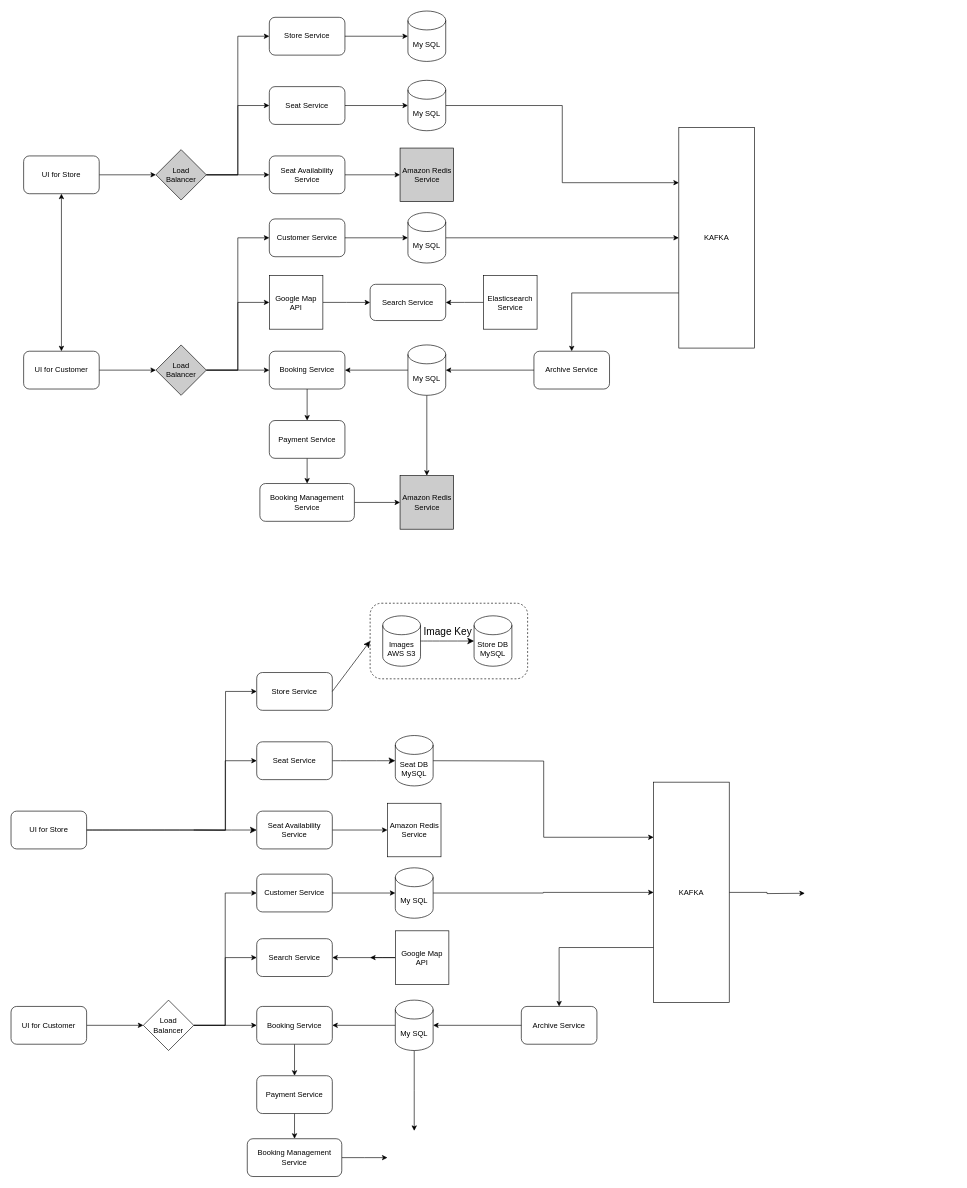
dodooodo/feplace keeps this draw.io diagram as Untitled Diagram.drawio. Above is the earlier version. Source tidied: cells renumbered, new cells numbered last; positions are measured from the earlier drawing's top-left corner, leaving out a move shared by most shapes. Both pictures are drawn from the tidied source at 63%, with x=0, y=0 at pixel (11, 11).
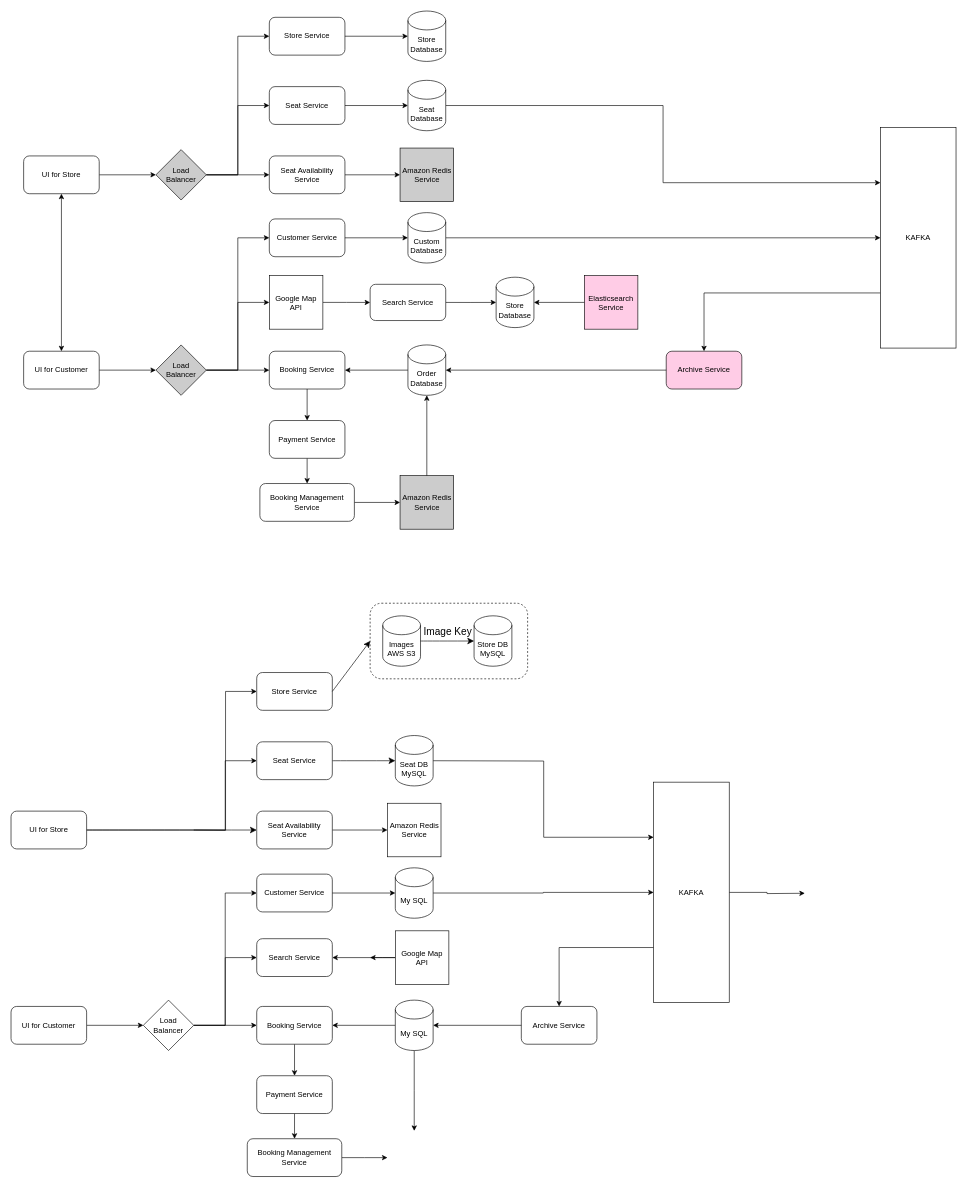
After the change.

Unchanged cells that the change refers to:
```xml
<mxCell id="33" value="Amazon Redis Service" style="rounded=0;whiteSpace=wrap;html=1;fillColor=#CCCCCC;" parent="1" vertex="1">
  <mxGeometry x="617.5" y="737.5" width="85" height="85" as="geometry" />
</mxCell>
<mxCell id="90" value="Search Service" style="rounded=1;whiteSpace=wrap;html=1;" parent="1" vertex="1">
  <mxGeometry x="570" y="433.8" width="120" height="57.5" as="geometry" />
</mxCell>
```

What changed in the source:
```diff
@@
-    <mxCell id="24" value="My SQL" style="shape=cylinder3;whiteSpace=wrap;html=1;boundedLbl=1;backgroundOutline=1;size=15;" parent="1" vertex="1">
+    <mxCell id="24" value="Store Database" style="shape=cylinder3;whiteSpace=wrap;html=1;boundedLbl=1;backgroundOutline=1;size=15;" parent="1" vertex="1">
       <mxGeometry x="630" width="60" height="80" as="geometry" />
     </mxCell>
@@
-    <mxCell id="27" style="edgeStyle=orthogonalEdgeStyle;rounded=0;jettySize=auto;html=1;exitX=0.5;exitY=1;exitDx=0;exitDy=0;exitPerimeter=0;" parent="1" edge="1" source="28" target="33">
-      <mxGeometry relative="1" as="geometry" />
-    </mxCell>
-    <mxCell id="28" value="My SQL" style="shape=cylinder3;whiteSpace=wrap;html=1;boundedLbl=1;backgroundOutline=1;size=15;" parent="1" vertex="1">
+    <mxCell id="28" value="Order Database" style="shape=cylinder3;whiteSpace=wrap;html=1;boundedLbl=1;backgroundOutline=1;size=15;" parent="1" vertex="1">
       <mxGeometry x="630" y="530" width="60" height="80" as="geometry" />
     </mxCell>
@@
-    <mxCell id="31" value="My SQL" style="shape=cylinder3;whiteSpace=wrap;html=1;boundedLbl=1;backgroundOutline=1;size=15;" parent="1" vertex="1">
+    <mxCell id="31" value="Custom Database" style="shape=cylinder3;whiteSpace=wrap;html=1;boundedLbl=1;backgroundOutline=1;size=15;" parent="1" vertex="1">
       <mxGeometry x="630" y="320" width="60" height="80" as="geometry" />
     </mxCell>
@@
     <mxCell id="36" value="KAFKA" style="rounded=0;whiteSpace=wrap;html=1;" parent="1" vertex="1">
-      <mxGeometry x="1060" y="185" width="120" height="350" as="geometry" />
+      <mxGeometry x="1380" y="185" width="120" height="350" as="geometry" />
     </mxCell>
@@
-    <mxCell id="40" value="My SQL" style="shape=cylinder3;whiteSpace=wrap;html=1;boundedLbl=1;backgroundOutline=1;size=15;" parent="1" vertex="1">
+    <mxCell id="40" value="Seat Database" style="shape=cylinder3;whiteSpace=wrap;html=1;boundedLbl=1;backgroundOutline=1;size=15;" parent="1" vertex="1">
       <mxGeometry x="630" y="110" width="60" height="80" as="geometry" />
     </mxCell>
@@
-    <mxCell id="42" value="Archive Service" style="rounded=1;whiteSpace=wrap;html=1;" parent="1" vertex="1">
-      <mxGeometry x="830" y="540" width="120" height="60" as="geometry" />
+    <mxCell id="42" value="&lt;font style=&quot;color: light-dark(rgb(0, 0, 0), rgb(0, 0, 0));&quot;&gt;Archive Service&lt;/font&gt;" style="rounded=1;whiteSpace=wrap;html=1;fillColor=light-dark(#FFCCE6,#FFCCE6);" parent="1" vertex="1">
+      <mxGeometry x="1040" y="540" width="120" height="60" as="geometry" />
     </mxCell>
@@
+    <mxCell id="94" style="edgeStyle=orthogonalEdgeStyle;rounded=0;jettySize=auto;html=1;exitX=1;exitY=0.5;exitDx=0;exitDy=0;" parent="1" edge="1" source="90" target="95">
+      <mxGeometry relative="1" as="geometry" />
+    </mxCell>
@@
-    <mxCell id="91" style="edgeStyle=orthogonalEdgeStyle;rounded=0;jettySize=auto;html=1;exitX=0;exitY=0.5;exitDx=0;exitDy=0;entryX=1;entryY=0.5;entryDx=0;entryDy=0;" parent="1" edge="1" source="92" target="90">
-      <mxGeometry relative="1" as="geometry" />
-    </mxCell>
+    <mxCell id="93" value="&lt;div&gt;Seat DB&lt;/div&gt;MySQL" style="shape=cylinder3;whiteSpace=wrap;html=1;boundedLbl=1;backgroundOutline=1;size=15;" parent="1" vertex="1">
+      <mxGeometry x="610" y="1150" width="60" height="80" as="geometry" />
+    </mxCell>
-    <mxCell id="92" value="Elasticsearch Service" style="rounded=0;whiteSpace=wrap;html=1;" parent="1" vertex="1">
-      <mxGeometry x="750" y="420" width="85" height="85" as="geometry" />
+    <mxCell id="92" value="&lt;font style=&quot;color: light-dark(rgb(0, 0, 0), rgb(0, 0, 0));&quot;&gt;Elasticsearch Service&lt;/font&gt;" style="rounded=0;whiteSpace=wrap;html=1;fillColor=light-dark(#FFCCE6,#FFCCE6);strokeColor=light-dark(#000000,#000000);" parent="1" vertex="1">
+      <mxGeometry x="910" y="420" width="85" height="85" as="geometry" />
     </mxCell>
-    <mxCell id="93" value="&lt;div&gt;Seat DB&lt;/div&gt;MySQL" style="shape=cylinder3;whiteSpace=wrap;html=1;boundedLbl=1;backgroundOutline=1;size=15;" parent="1" vertex="1">
-      <mxGeometry x="610" y="1150" width="60" height="80" as="geometry" />
-    </mxCell>
+    <mxCell id="95" value="Store Database" style="shape=cylinder3;whiteSpace=wrap;html=1;boundedLbl=1;backgroundOutline=1;size=15;" parent="1" vertex="1">
+      <mxGeometry x="770" y="422.5" width="60" height="80" as="geometry" />
+    </mxCell>
+    <mxCell id="96" style="edgeStyle=orthogonalEdgeStyle;rounded=0;jettySize=auto;html=1;exitX=0;exitY=0.5;exitDx=0;exitDy=0;entryX=1;entryY=0.5;entryDx=0;entryDy=0;entryPerimeter=0;" parent="1" edge="1" source="92" target="95">
+      <mxGeometry relative="1" as="geometry" />
+    </mxCell>
+    <mxCell id="97" style="edgeStyle=orthogonalEdgeStyle;rounded=0;jettySize=auto;html=1;exitX=0.5;exitY=0;exitDx=0;exitDy=0;entryX=0.5;entryY=1;entryDx=0;entryDy=0;entryPerimeter=0;" parent="1" edge="1" source="33" target="28">
+      <mxGeometry relative="1" as="geometry" />
+    </mxCell>
```
